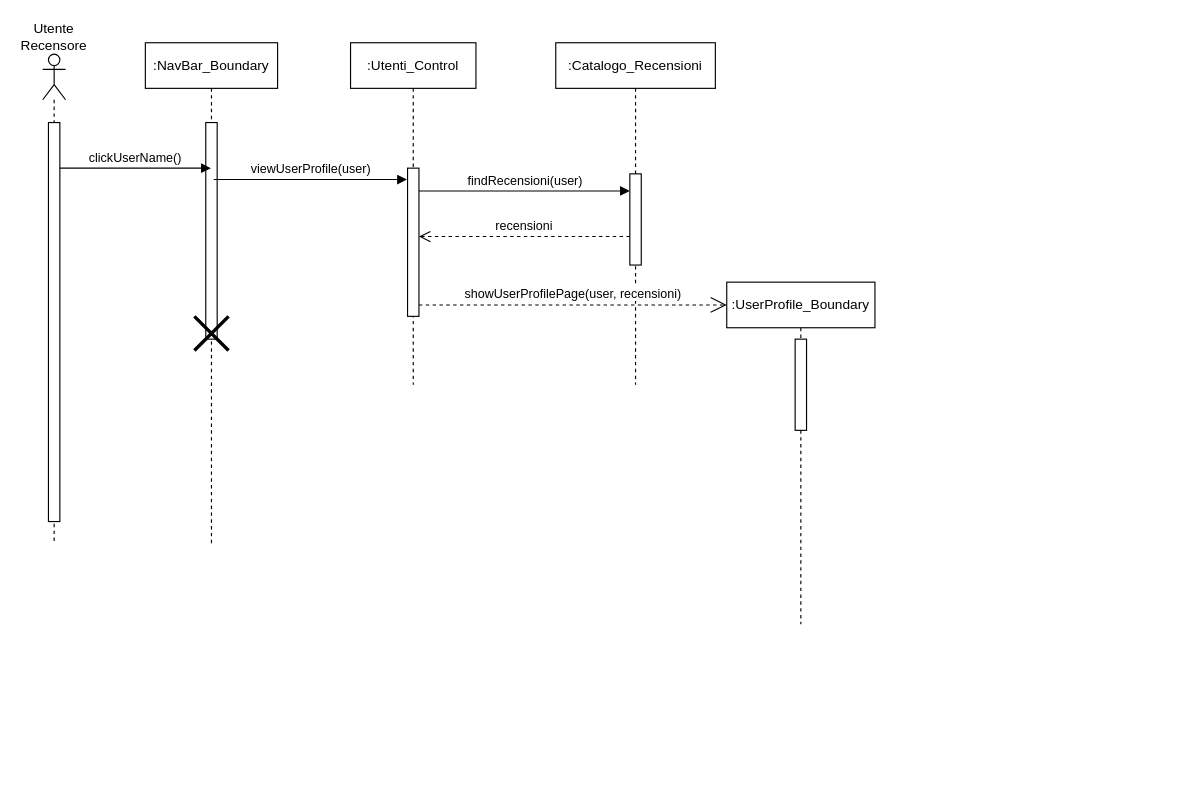
The draw.io diagram New Diagrams/Sequence Diagrams/UC11 Visualizzazione profilo personale.drawio in superfra01/Rated, before the edit. Source tidied: cells renumbered, new cells numbered last; positions are measured from the earlier drawing's top-left corner, leaving out a move shared by most shapes. Both pictures are drawn from the tidied source at 114%, with x=0, y=0 at pixel (19, 19).
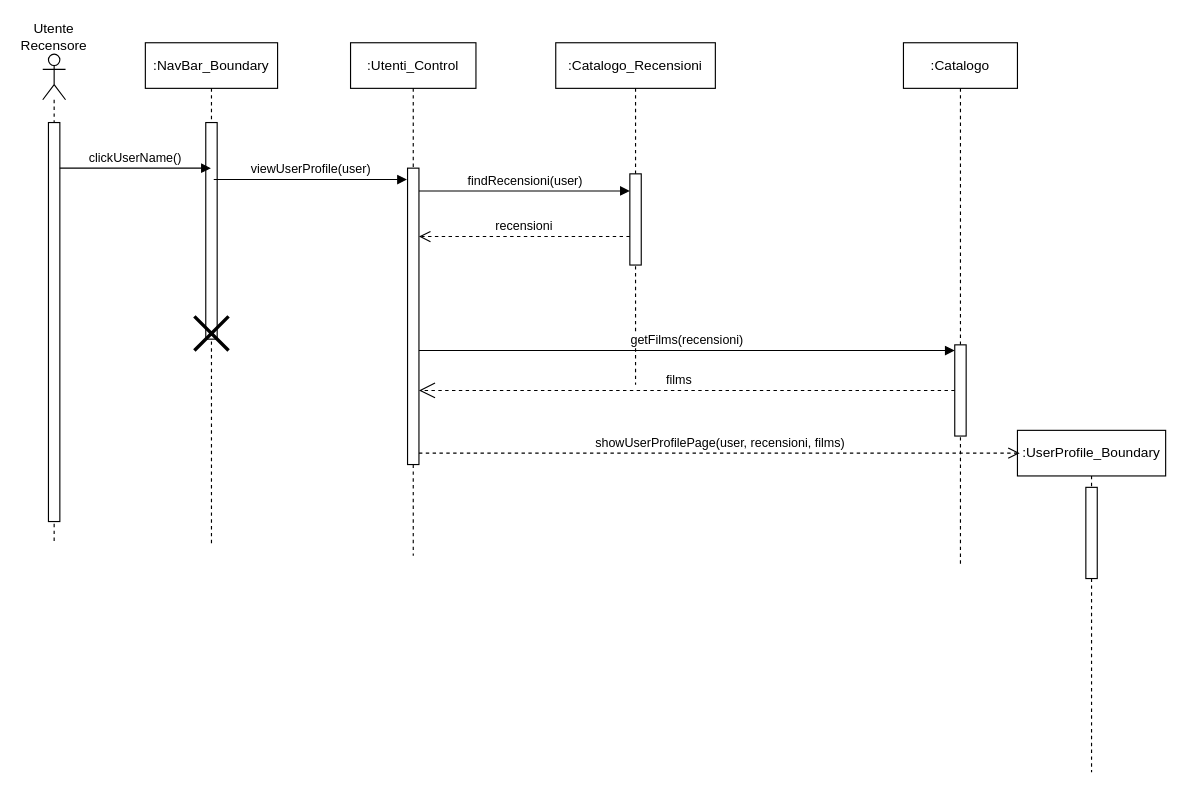
The same page after the edit.

What changed in the source:
```diff
@@
     <mxCell id="8" value=":Utenti_Control" style="shape=umlLifeline;perimeter=lifelinePerimeter;whiteSpace=wrap;html=1;newEdgeStyle={&quot;curved&quot;:0,&quot;rounded&quot;:0};" parent="1" vertex="1">
-      <mxGeometry x="290" y="20" width="110" height="300" as="geometry" />
+      <mxGeometry x="290" y="20" width="110" height="450" as="geometry" />
     </mxCell>
     <mxCell id="9" style="html=1;points=[[0,0,0,0,5],[0,1,0,0,-5],[1,0,0,0,5],[1,1,0,0,-5]];perimeter=orthogonalPerimeter;outlineConnect=0;targetShapes=umlLifeline;portConstraint=eastwest;newEdgeStyle={&quot;curved&quot;:0,&quot;rounded&quot;:0};" parent="8" vertex="1">
-      <mxGeometry x="50" y="110" width="10" height="130" as="geometry" />
+      <mxGeometry x="50" y="110" width="10" height="260" as="geometry" />
     </mxCell>
@@
+    <mxCell id="17" value="Utente Recensore" style="text;html=1;align=center;verticalAlign=middle;whiteSpace=wrap;rounded=0;" parent="1" vertex="1">
+      <mxGeometry width="60" height="30" as="geometry" />
+    </mxCell>
     <mxCell id="15" value=":UserProfile_Boundary" style="shape=umlLifeline;perimeter=lifelinePerimeter;whiteSpace=wrap;html=1;newEdgeStyle={&quot;curved&quot;:0,&quot;rounded&quot;:0};" parent="1" vertex="1">
-      <mxGeometry x="620" y="230" width="130" height="300" as="geometry" />
+      <mxGeometry x="875" y="360" width="130" height="300" as="geometry" />
     </mxCell>
@@
-    <mxCell id="17" value="Utente Recensore" style="text;html=1;align=center;verticalAlign=middle;whiteSpace=wrap;rounded=0;" parent="1" vertex="1">
-      <mxGeometry width="60" height="30" as="geometry" />
-    </mxCell>
-    <mxCell id="18" value="showUserProfilePage(user, recensioni)" style="endArrow=open;endSize=12;dashed=1;html=1;rounded=0;" parent="1" edge="1" source="9">
-      <mxGeometry y="10" relative="1" as="geometry">
-        <mxPoint x="620" y="250" as="targetPoint" />
-      </mxGeometry>
-    </mxCell>
+    <mxCell id="19" value="showUserProfilePage(user, recensioni, films)" style="html=1;verticalAlign=bottom;endArrow=open;dashed=1;endSize=8;curved=0;rounded=0;" parent="1" edge="1" source="9">
+      <mxGeometry relative="1" as="geometry">
+        <mxPoint x="877" y="380" as="targetPoint" />
+      </mxGeometry>
+    </mxCell>
+    <mxCell id="20" value=":Catalogo" style="shape=umlLifeline;perimeter=lifelinePerimeter;whiteSpace=wrap;html=1;newEdgeStyle={&quot;curved&quot;:0,&quot;rounded&quot;:0};" parent="1" vertex="1">
+      <mxGeometry x="775" y="20" width="100" height="460" as="geometry" />
+    </mxCell>
+    <mxCell id="21" style="html=1;points=[[0,0,0,0,5],[0,1,0,0,-5],[1,0,0,0,5],[1,1,0,0,-5]];perimeter=orthogonalPerimeter;outlineConnect=0;targetShapes=umlLifeline;portConstraint=eastwest;newEdgeStyle={&quot;curved&quot;:0,&quot;rounded&quot;:0};" parent="20" vertex="1">
+      <mxGeometry x="45" y="265" width="10" height="80" as="geometry" />
+    </mxCell>
+    <mxCell id="22" value="getFilms(recensioni)" style="html=1;verticalAlign=bottom;endArrow=block;curved=0;rounded=0;" parent="1" edge="1" source="9">
+      <mxGeometry relative="1" as="geometry">
+        <mxPoint x="820" y="290" as="targetPoint" />
+      </mxGeometry>
+    </mxCell>
+    <mxCell id="23" value="films" style="endArrow=open;endSize=12;dashed=1;html=1;rounded=0;" parent="1" edge="1" source="21" target="9">
+      <mxGeometry x="0.03" y="-9" relative="1" as="geometry" />
+    </mxCell>
```
